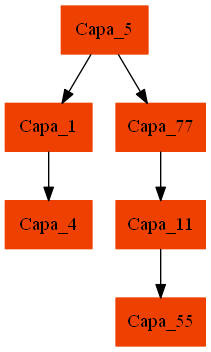
Cascarus/-EDD-Proyecto1_201603127 keeps this Graphviz diagram as [EDD]Proyecto1_201603127/ABB.png. Above is the earlier version. Its source is kept beside it as [EDD]Proyecto1_201603127/ABB.dot.
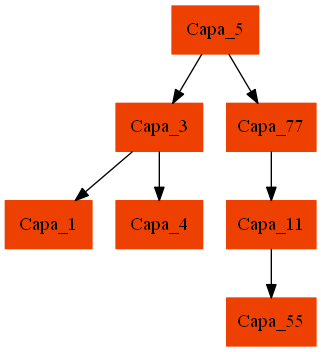
Later version of the same file.

The edit, as a diff of the source:
```diff
@@ -1,12 +1,15 @@
 digraph g{
 	node [shape=record,width=.9,height=.5,style=filled,color=orangered2];
-	Node5->Node1;
+	Node5->Node3;
 	Node5->Node77;
-	Node1->Node4;
+	Node3->Node1;
+	Node3->Node4;
+
+ 	Node1[label = "Capa_1"]
 
  	Node4[label = "Capa_4"]
 
- 	Node1[label = "Capa_1"]
+ 	Node3[label = "Capa_3"]
 	Node77->Node11;
 	Node11->Node55;
 
```
